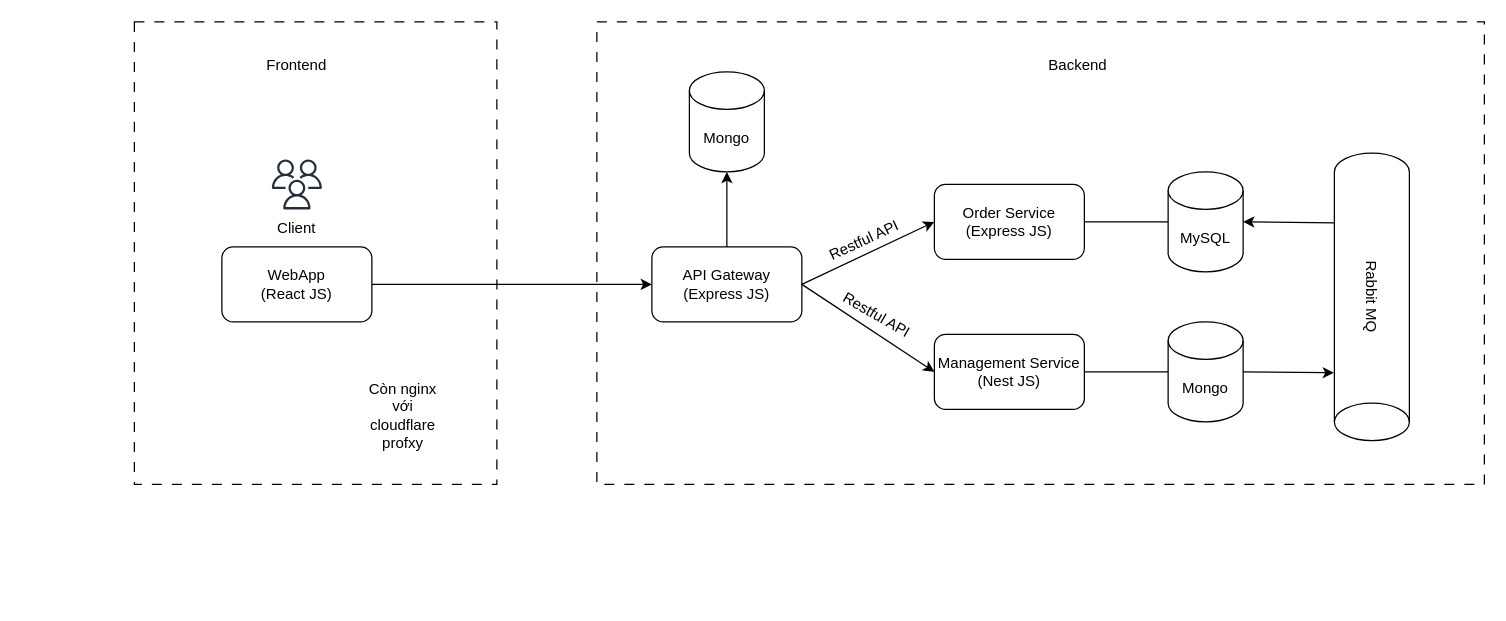
duc-hai/GreenFeast keeps this draw.io diagram as page "Kiến trúc hệ thống" (7 of 11) of BRD.drawio. Above is the earlier version. Source tidied: cells renumbered, new cells numbered last; positions are measured from the earlier drawing's top-left corner, leaving out a move shared by most shapes. Both pictures are drawn from the tidied source at 125%, with x=0, y=0 at pixel (134, 21).
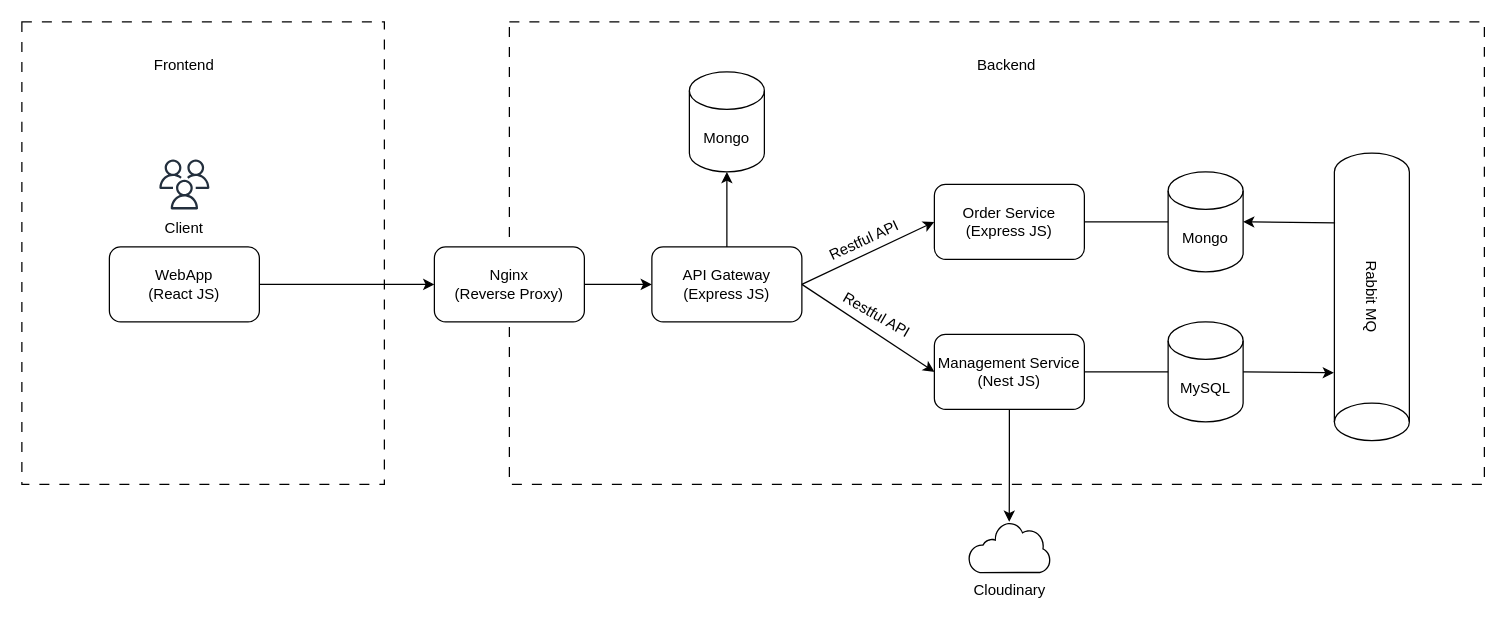
Above is the later version.

Unchanged cells that the change refers to:
```xml
<mxCell id="5" value="API Gateway (Express JS)" style="rounded=1;whiteSpace=wrap;html=1;" parent="1" vertex="1">
  <mxGeometry x="414" y="180" width="120" height="60" as="geometry" />
</mxCell>
<mxCell id="11" value="Management Service (Nest JS)" style="rounded=1;whiteSpace=wrap;html=1;" parent="1" vertex="1">
  <mxGeometry x="640" y="250" width="120" height="60" as="geometry" />
</mxCell>
```

What changed in the source:
```diff
@@
     <mxCell id="2" style="rounded=0;whiteSpace=wrap;html=1;dashed=1;dashPattern=8 8;" parent="1" vertex="1">
-      <mxGeometry width="290" height="370" as="geometry" />
+      <mxGeometry x="-90" width="290" height="370" as="geometry" />
     </mxCell>
     <mxCell id="3" style="rounded=0;whiteSpace=wrap;html=1;dashed=1;dashPattern=8 8;" parent="1" vertex="1">
-      <mxGeometry x="370" width="710" height="370" as="geometry" />
+      <mxGeometry x="300" width="780" height="370" as="geometry" />
     </mxCell>
-    <mxCell id="4" value="MySQL" style="shape=cylinder3;whiteSpace=wrap;html=1;boundedLbl=1;backgroundOutline=1;size=15;" parent="1" vertex="1">
+    <mxCell id="4" value="Mongo" style="shape=cylinder3;whiteSpace=wrap;html=1;boundedLbl=1;backgroundOutline=1;size=15;" parent="1" vertex="1">
       <mxGeometry x="827" y="120" width="60" height="80" as="geometry" />
     </mxCell>
@@
-    <mxCell id="6" value="Mongo" style="shape=cylinder3;whiteSpace=wrap;html=1;boundedLbl=1;backgroundOutline=1;size=15;" parent="1" vertex="1">
+    <mxCell id="6" value="MySQL" style="shape=cylinder3;whiteSpace=wrap;html=1;boundedLbl=1;backgroundOutline=1;size=15;" parent="1" vertex="1">
       <mxGeometry x="827" y="240" width="60" height="80" as="geometry" />
     </mxCell>
@@
-    <mxCell id="8" style="edgeStyle=orthogonalEdgeStyle;rounded=0;jettySize=auto;html=1;exitX=1;exitY=0.5;exitDx=0;exitDy=0;entryX=0;entryY=0.5;entryDx=0;entryDy=0;" parent="1" edge="1" source="9" target="5">
+    <mxCell id="8" style="edgeStyle=orthogonalEdgeStyle;rounded=0;jettySize=auto;html=1;exitX=1;exitY=0.5;exitDx=0;exitDy=0;entryX=0;entryY=0.5;entryDx=0;entryDy=0;" parent="1" edge="1" source="9" target="31">
       <mxGeometry relative="1" as="geometry" />
     </mxCell>
     <mxCell id="9" value="WebApp&lt;div&gt;(React JS)&lt;/div&gt;" style="rounded=1;whiteSpace=wrap;html=1;" parent="1" vertex="1">
-      <mxGeometry x="70" y="180" width="120" height="60" as="geometry" />
+      <mxGeometry x="-20" y="180" width="120" height="60" as="geometry" />
     </mxCell>
@@
+    <mxCell id="28" style="edgeStyle=orthogonalEdgeStyle;rounded=0;jettySize=auto;html=1;exitX=0.5;exitY=1;exitDx=0;exitDy=0;" parent="1" edge="1" source="11" target="29">
+      <mxGeometry relative="1" as="geometry" />
+    </mxCell>
@@
     <mxCell id="23" value="Client" style="text;html=1;align=center;verticalAlign=middle;whiteSpace=wrap;rounded=0;rotation=0;" parent="1" vertex="1">
-      <mxGeometry x="95" y="150" width="70" height="30" as="geometry" />
+      <mxGeometry x="5" y="150" width="70" height="30" as="geometry" />
     </mxCell>
     <mxCell id="24" style="sketch=0;fontColor=#232F3E;gradientColor=none;fillColor=#232F3D;strokeColor=none;dashed=0;verticalLabelPosition=bottom;verticalAlign=top;align=center;html=1;fontSize=12;fontStyle=0;shape=mxgraph.aws4.users;" parent="1" vertex="1">
-      <mxGeometry x="110" y="110" width="40" height="40" as="geometry" />
+      <mxGeometry x="20" y="110" width="40" height="40" as="geometry" />
     </mxCell>
     <mxCell id="25" value="Frontend" style="text;html=1;align=center;verticalAlign=middle;whiteSpace=wrap;rounded=0;rotation=0;" parent="1" vertex="1">
-      <mxGeometry x="95" y="20" width="70" height="30" as="geometry" />
+      <mxGeometry x="5" y="20" width="70" height="30" as="geometry" />
     </mxCell>
     <mxCell id="26" value="Backend" style="text;html=1;align=center;verticalAlign=middle;whiteSpace=wrap;rounded=0;rotation=0;" parent="1" vertex="1">
-      <mxGeometry x="720" y="20" width="70" height="30" as="geometry" />
+      <mxGeometry x="663.1" y="20" width="70" height="30" as="geometry" />
     </mxCell>
-    <mxCell id="27" value="Còn nginx với cloudflare profxy" style="text;html=1;align=center;verticalAlign=middle;whiteSpace=wrap;rounded=0;rotation=0;" parent="1" vertex="1">
-      <mxGeometry x="180" y="300" width="70" height="30" as="geometry" />
-    </mxCell>
+    <mxCell id="29" value="Cloudinary" style="sketch=0;shadow=0;dashed=0;html=1;strokeColor=none;labelPosition=center;verticalLabelPosition=bottom;verticalAlign=top;align=center;fillColor=#000000;shape=mxgraph.mscae.enterprise.internet_hollow;" parent="1" vertex="1">
+      <mxGeometry x="666.9" y="400" width="66.1" height="41" as="geometry" />
+    </mxCell>
+    <mxCell id="30" style="edgeStyle=orthogonalEdgeStyle;rounded=0;jettySize=auto;html=1;exitX=1;exitY=0.5;exitDx=0;exitDy=0;entryX=0;entryY=0.5;entryDx=0;entryDy=0;" parent="1" edge="1" source="31" target="5">
+      <mxGeometry relative="1" as="geometry" />
+    </mxCell>
+    <mxCell id="31" value="Nginx&lt;div&gt;(Reverse Proxy)&lt;/div&gt;" style="rounded=1;whiteSpace=wrap;html=1;" parent="1" vertex="1">
+      <mxGeometry x="240" y="180" width="120" height="60" as="geometry" />
+    </mxCell>
```
